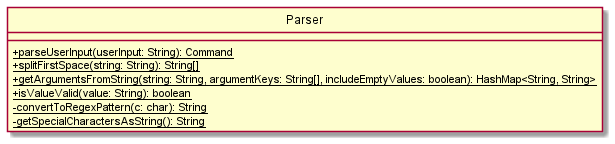
Before: docs/diagrams/class/ParserClassDiagram.png, a diagram exported from PlantUML (nus-cs2113-AY2122S1/tp).
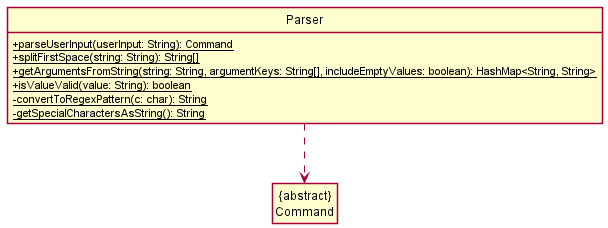
After the change.

Diff of the diagram source:
```diff
@@ -10,4 +10,8 @@
     {static} -getSpecialCharactersAsString(): String
 }
 
+class Command as "{abstract}\nCommand"
+
+Parser .down.> Command
+
 @enduml
```
